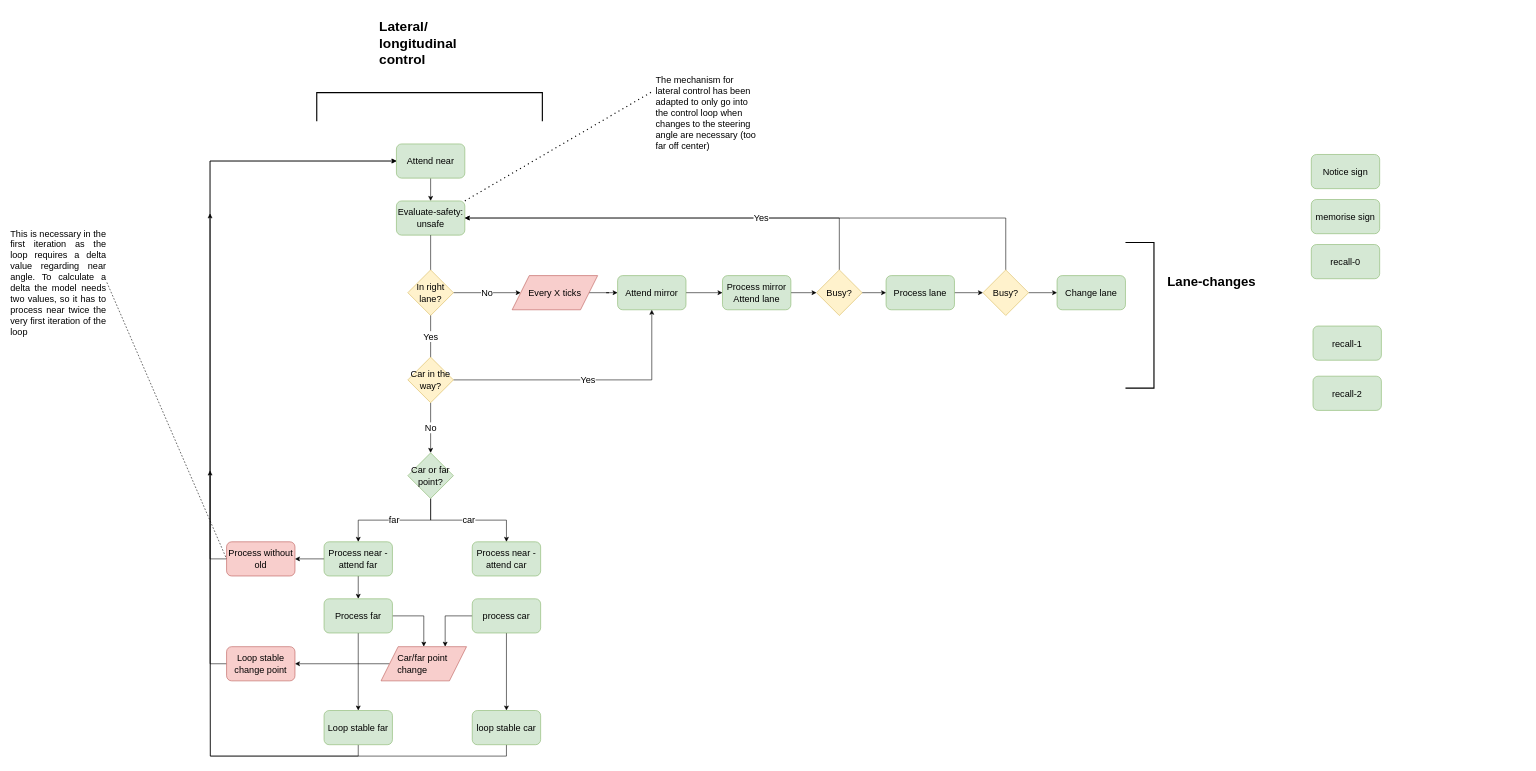
Earlier version of the draw.io diagram Untitled Diagram.drawio (heldmoritz/driving-nback). Source tidied: cells renumbered, new cells numbered last; positions are measured from the earlier drawing's top-left corner, leaving out a move shared by most shapes. Both pictures are drawn from the tidied source at 57%, with x=0, y=0 at pixel (10, -6).
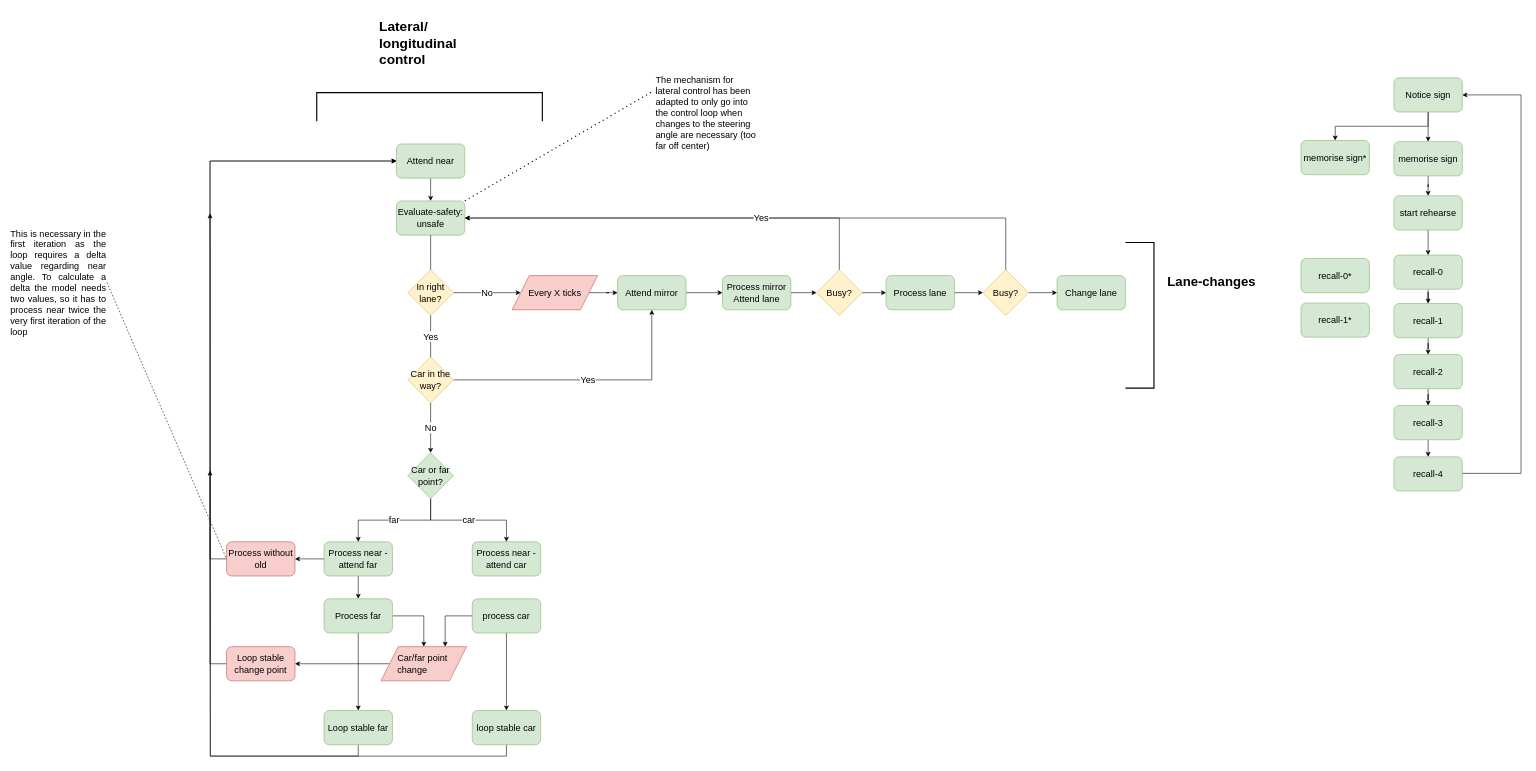
Above is the later version.

Diff of the diagram source:
```diff
@@
+    <mxCell id="63" style="edgeStyle=orthogonalEdgeStyle;rounded=0;jettySize=auto;html=1;exitX=0.5;exitY=1;exitDx=0;exitDy=0;entryX=0.5;entryY=0;entryDx=0;entryDy=0;" parent="1" edge="1" source="58" target="59">
+      <mxGeometry relative="1" as="geometry" />
+    </mxCell>
+    <mxCell id="64" style="edgeStyle=orthogonalEdgeStyle;rounded=0;jettySize=auto;html=1;exitX=0.5;exitY=1;exitDx=0;exitDy=0;" parent="1" edge="1" source="58" target="62">
+      <mxGeometry relative="1" as="geometry" />
+    </mxCell>
     <mxCell id="58" value="Notice sign" style="rounded=1;whiteSpace=wrap;html=1;fontSize=16;strokeColor=#82b366;fillColor=#d5e8d4;" parent="1" vertex="1">
-      <mxGeometry x="2283" y="281.5" width="120" height="60" as="geometry" />
+      <mxGeometry x="2428" y="147" width="120" height="60" as="geometry" />
     </mxCell>
-    <mxCell id="59" value="memorise sign" style="rounded=1;whiteSpace=wrap;html=1;fontSize=16;strokeColor=#82b366;fillColor=#d5e8d4;" parent="1" vertex="1">
-      <mxGeometry x="2283" y="360.5" width="120" height="60" as="geometry" />
+    <mxCell id="59" value="memorise sign*" style="rounded=1;whiteSpace=wrap;html=1;fontSize=16;strokeColor=#82b366;fillColor=#d5e8d4;" parent="1" vertex="1">
+      <mxGeometry x="2265" y="257" width="120" height="60" as="geometry" />
     </mxCell>
-    <mxCell id="60" value="recall-0" style="rounded=1;whiteSpace=wrap;html=1;fontSize=16;strokeColor=#82b366;fillColor=#d5e8d4;" parent="1" vertex="1">
-      <mxGeometry x="2283" y="439.5" width="120" height="60" as="geometry" />
+    <mxCell id="60" value="recall-0*" style="rounded=1;whiteSpace=wrap;html=1;fontSize=16;strokeColor=#82b366;fillColor=#d5e8d4;" parent="1" vertex="1">
+      <mxGeometry x="2265" y="464" width="120" height="60" as="geometry" />
     </mxCell>
+    <mxCell id="65" style="edgeStyle=orthogonalEdgeStyle;rounded=0;jettySize=auto;html=1;exitX=0.5;exitY=1;exitDx=0;exitDy=0;" parent="1" edge="1" source="61" target="70">
+      <mxGeometry relative="1" as="geometry" />
+    </mxCell>
-    <mxCell id="61" value="recall-2" style="rounded=1;whiteSpace=wrap;html=1;fontSize=16;strokeColor=#82b366;fillColor=#d5e8d4;" parent="1" vertex="1">
-      <mxGeometry x="2286" y="670.5" width="120" height="60" as="geometry" />
+    <mxCell id="61" value="recall-0" style="rounded=1;whiteSpace=wrap;html=1;fontSize=16;strokeColor=#82b366;fillColor=#d5e8d4;" parent="1" vertex="1">
+      <mxGeometry x="2428" y="458" width="120" height="60" as="geometry" />
     </mxCell>
+    <mxCell id="66" style="edgeStyle=orthogonalEdgeStyle;rounded=0;jettySize=auto;html=1;exitX=0.5;exitY=1;exitDx=0;exitDy=0;" parent="1" edge="1" source="62" target="68">
+      <mxGeometry relative="1" as="geometry" />
+    </mxCell>
-    <mxCell id="62" value="recall-1" style="rounded=1;whiteSpace=wrap;html=1;fontSize=16;strokeColor=#82b366;fillColor=#d5e8d4;" parent="1" vertex="1">
-      <mxGeometry x="2286" y="582.5" width="120" height="60" as="geometry" />
+    <mxCell id="62" value="memorise sign" style="rounded=1;whiteSpace=wrap;html=1;fontSize=16;strokeColor=#82b366;fillColor=#d5e8d4;" parent="1" vertex="1">
+      <mxGeometry x="2428" y="259" width="120" height="60" as="geometry" />
     </mxCell>
+    <mxCell id="67" style="edgeStyle=orthogonalEdgeStyle;rounded=0;jettySize=auto;html=1;exitX=0.5;exitY=1;exitDx=0;exitDy=0;entryX=0.5;entryY=0;entryDx=0;entryDy=0;" parent="1" edge="1" source="68" target="61">
+      <mxGeometry relative="1" as="geometry" />
+    </mxCell>
+    <mxCell id="68" value="start rehearse" style="rounded=1;whiteSpace=wrap;html=1;fontSize=16;strokeColor=#82b366;fillColor=#d5e8d4;" parent="1" vertex="1">
+      <mxGeometry x="2428" y="354" width="120" height="60" as="geometry" />
+    </mxCell>
+    <mxCell id="69" style="edgeStyle=orthogonalEdgeStyle;rounded=0;jettySize=auto;html=1;exitX=0.5;exitY=1;exitDx=0;exitDy=0;" parent="1" edge="1" source="70" target="74">
+      <mxGeometry relative="1" as="geometry" />
+    </mxCell>
+    <mxCell id="70" value="recall-1" style="rounded=1;whiteSpace=wrap;html=1;fontSize=16;strokeColor=#82b366;fillColor=#d5e8d4;" parent="1" vertex="1">
+      <mxGeometry x="2428" y="543" width="120" height="60" as="geometry" />
+    </mxCell>
+    <mxCell id="71" style="edgeStyle=orthogonalEdgeStyle;rounded=0;jettySize=auto;html=1;exitX=1;exitY=0.5;exitDx=0;exitDy=0;entryX=1;entryY=0.5;entryDx=0;entryDy=0;" parent="1" edge="1" source="72" target="58">
+      <mxGeometry relative="1" as="geometry">
+        <Array as="points">
+          <mxPoint x="2651" y="841" />
+          <mxPoint x="2651" y="177" />
+        </Array>
+      </mxGeometry>
+    </mxCell>
+    <mxCell id="72" value="recall-4" style="rounded=1;whiteSpace=wrap;html=1;fontSize=16;strokeColor=#82b366;fillColor=#d5e8d4;" parent="1" vertex="1">
+      <mxGeometry x="2428" y="812" width="120" height="60" as="geometry" />
+    </mxCell>
+    <mxCell id="73" style="edgeStyle=orthogonalEdgeStyle;rounded=0;jettySize=auto;html=1;exitX=0.5;exitY=1;exitDx=0;exitDy=0;" parent="1" edge="1" source="74" target="76">
+      <mxGeometry relative="1" as="geometry" />
+    </mxCell>
+    <mxCell id="74" value="recall-2" style="rounded=1;whiteSpace=wrap;html=1;fontSize=16;strokeColor=#82b366;fillColor=#d5e8d4;" parent="1" vertex="1">
+      <mxGeometry x="2428" y="632.5" width="120" height="60" as="geometry" />
+    </mxCell>
+    <mxCell id="75" style="edgeStyle=orthogonalEdgeStyle;rounded=0;jettySize=auto;html=1;exitX=0.5;exitY=1;exitDx=0;exitDy=0;entryX=0.5;entryY=0;entryDx=0;entryDy=0;" parent="1" edge="1" source="76" target="72">
+      <mxGeometry relative="1" as="geometry" />
+    </mxCell>
+    <mxCell id="76" value="recall-3" style="rounded=1;whiteSpace=wrap;html=1;fontSize=16;strokeColor=#82b366;fillColor=#d5e8d4;" parent="1" vertex="1">
+      <mxGeometry x="2428" y="722" width="120" height="60" as="geometry" />
+    </mxCell>
+    <mxCell id="77" value="recall-1*" style="rounded=1;whiteSpace=wrap;html=1;fontSize=16;strokeColor=#82b366;fillColor=#d5e8d4;" parent="1" vertex="1">
+      <mxGeometry x="2265" y="542" width="120" height="60" as="geometry" />
+    </mxCell>
```
